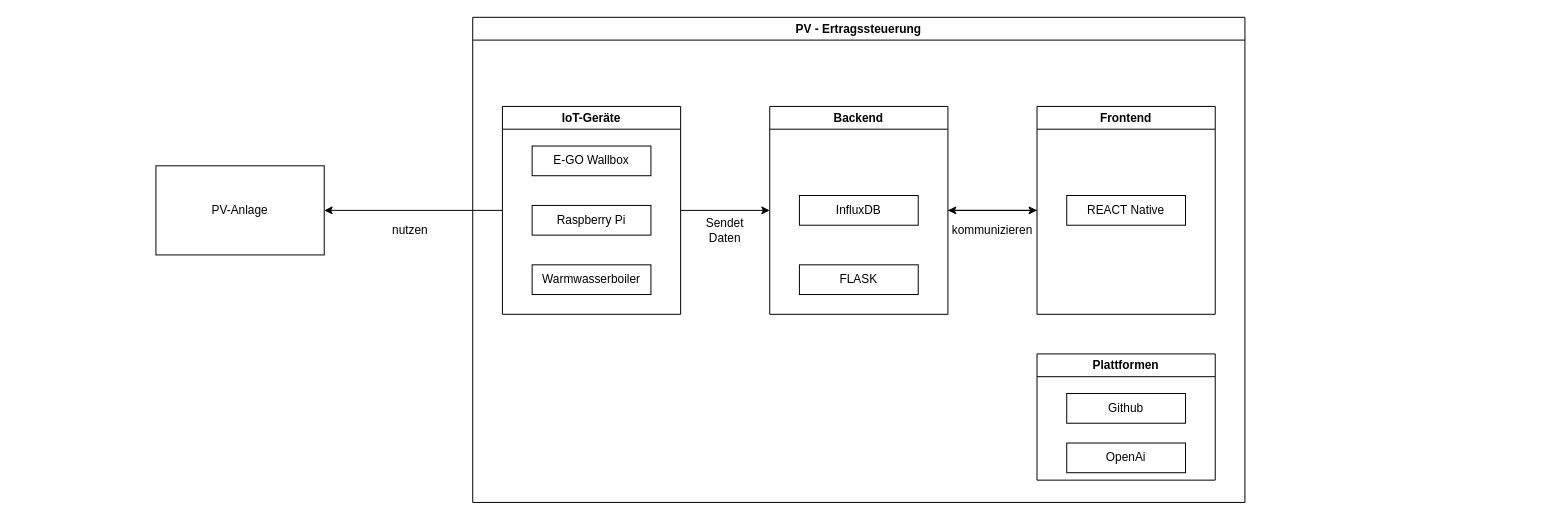
The draw.io diagram 00_Docs/02_Diagramme/PV-Ertragssteuerung.drawio in jonasaberger/DIPL_Ertragssteuerung_PV, before the edit. Source tidied: cells renumbered, new cells numbered last; positions are measured from the earlier drawing's top-left corner, leaving out a move shared by most shapes. Both pictures are drawn from the tidied source at 99%, with x=0, y=0 at pixel (155, 17).
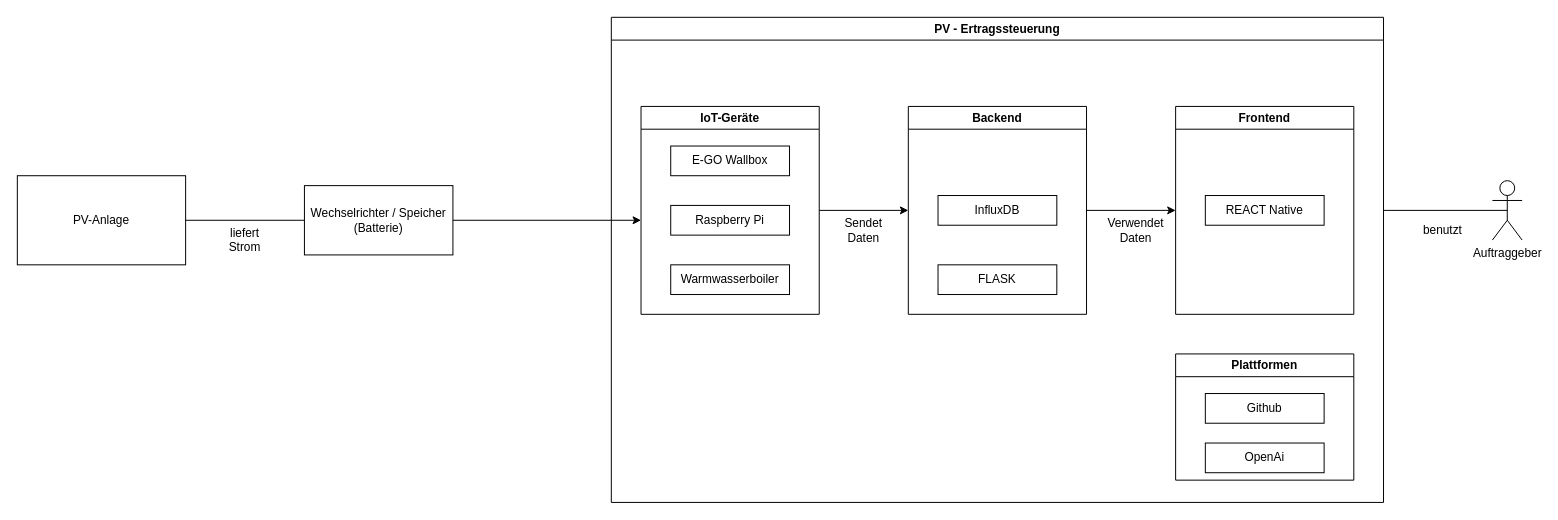
Above is the later version.

Commit message:
Update PV-Ertragssteuerung diagram with new elements and layout adjustments

Unchanged cells that the change refers to:
```xml
<mxCell id="4" value="IoT-Geräte" style="swimlane;whiteSpace=wrap;html=1;" parent="2" vertex="1">
  <mxGeometry x="30" y="90" width="180" height="210" as="geometry" />
</mxCell>
<mxCell id="9" value="Backend" style="swimlane;whiteSpace=wrap;html=1;startSize=23;" parent="2" vertex="1">
  <mxGeometry x="300" y="90" width="180" height="210" as="geometry" />
</mxCell>
<mxCell id="13" value="Frontend" style="swimlane;whiteSpace=wrap;html=1;startSize=23;" parent="2" vertex="1">
  <mxGeometry x="570" y="90" width="180" height="210" as="geometry" />
</mxCell>
```

The edit, as a diff of the source:
```diff
@@
     <mxCell id="2" value="PV - Ertragssteuerung" style="swimlane;whiteSpace=wrap;html=1;" parent="1" vertex="1">
-      <mxGeometry x="320" width="780" height="490" as="geometry" />
+      <mxGeometry x="460" width="780" height="490" as="geometry" />
     </mxCell>
@@
-    <mxCell id="12" style="edgeStyle=orthogonalEdgeStyle;rounded=0;jettySize=auto;html=1;exitX=0;exitY=0.5;exitDx=0;exitDy=0;entryX=1;entryY=0.5;entryDx=0;entryDy=0;" parent="2" edge="1" source="13" target="9">
-      <mxGeometry relative="1" as="geometry" />
-    </mxCell>
@@
-    <mxCell id="16" value="kommunizieren" style="text;html=1;align=center;verticalAlign=middle;whiteSpace=wrap;rounded=0;" parent="2" vertex="1">
-      <mxGeometry x="490" y="200" width="70" height="30" as="geometry" />
-    </mxCell>
@@
+    <mxCell id="23" value="Verwendet Daten" style="text;html=1;align=center;verticalAlign=middle;whiteSpace=wrap;rounded=0;" parent="2" vertex="1">
+      <mxGeometry x="500" y="200" width="60" height="30" as="geometry" />
+    </mxCell>
     <mxCell id="20" value="PV-Anlage" style="rounded=0;whiteSpace=wrap;html=1;" parent="1" vertex="1">
-      <mxGeometry y="150" width="170" height="90" as="geometry" />
+      <mxGeometry x="-140" y="160" width="170" height="90" as="geometry" />
     </mxCell>
-    <mxCell id="21" style="edgeStyle=orthogonalEdgeStyle;rounded=0;jettySize=auto;html=1;exitX=0;exitY=0.5;exitDx=0;exitDy=0;entryX=1;entryY=0.5;entryDx=0;entryDy=0;" parent="1" edge="1" source="4" target="20">
-      <mxGeometry relative="1" as="geometry" />
-    </mxCell>
-    <mxCell id="22" value="nutzen" style="text;html=1;align=center;verticalAlign=middle;whiteSpace=wrap;rounded=0;" parent="1" vertex="1">
-      <mxGeometry x="227" y="200" width="60" height="30" as="geometry" />
-    </mxCell>
+    <mxCell id="24" value="Wechselrichter / Speicher (Batterie)" style="rounded=0;whiteSpace=wrap;html=1;" parent="1" vertex="1">
+      <mxGeometry x="150" y="170" width="150" height="70" as="geometry" />
+    </mxCell>
+    <mxCell id="25" style="endArrow=none;html=1;rounded=0;entryX=1;entryY=0.5;entryDx=0;entryDy=0;exitX=0;exitY=0.5;exitDx=0;exitDy=0;" parent="1" edge="1" source="24" target="20">
+      <mxGeometry relative="1" as="geometry" />
+    </mxCell>
+    <mxCell id="26" value="liefert Strom" style="text;html=1;align=center;verticalAlign=middle;whiteSpace=wrap;rounded=0;" parent="1" vertex="1">
+      <mxGeometry x="60" y="210" width="60" height="30" as="geometry" />
+    </mxCell>
+    <mxCell id="27" style="endArrow=classic;html=1;rounded=0;exitX=1;exitY=0.5;exitDx=0;exitDy=0;" parent="1" edge="1" source="24">
+      <mxGeometry relative="1" as="geometry">
+        <mxPoint x="490" y="205" as="targetPoint" />
+      </mxGeometry>
+    </mxCell>
+    <mxCell id="28" value="Auftraggeber" style="shape=umlActor;verticalLabelPosition=bottom;verticalAlign=top;html=1;outlineConnect=0;" parent="1" vertex="1">
+      <mxGeometry x="1350" y="165" width="30" height="60" as="geometry" />
+    </mxCell>
+    <mxCell id="29" style="endArrow=none;html=1;rounded=0;exitX=0.5;exitY=0.5;exitDx=0;exitDy=0;exitPerimeter=0;" parent="1" edge="1" source="28">
+      <mxGeometry relative="1" as="geometry">
+        <mxPoint x="1240" y="195" as="targetPoint" />
+      </mxGeometry>
+    </mxCell>
+    <mxCell id="30" value="benutzt" style="text;html=1;align=center;verticalAlign=middle;whiteSpace=wrap;rounded=0;" parent="1" vertex="1">
+      <mxGeometry x="1270" y="200" width="60" height="30" as="geometry" />
+    </mxCell>
```
